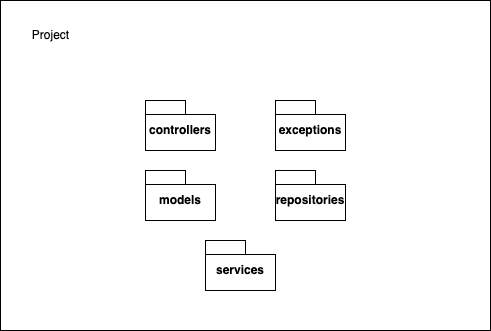
Earlier version of the draw.io export docs/packages.png (2BuRy1/Is_lab1). Source tidied: cells renumbered, new cells last; positions are measured from the earlier drawing's top-left corner, leaving out a move shared by most shapes. The source it was exported from:
```xml
<mxGraphModel>
  <root>
    <mxCell id="0" />
    <mxCell id="1" parent="0" />
    <mxCell id="2" style="rounded=0;whiteSpace=wrap;html=1;" parent="1" vertex="1">
      <mxGeometry width="490" height="330" as="geometry" />
    </mxCell>
    <mxCell id="3" value="controllers" style="shape=folder;fontStyle=1;spacingTop=10;tabWidth=40;tabHeight=14;tabPosition=left;html=1;whiteSpace=wrap;" parent="1" vertex="1">
      <mxGeometry x="145" y="100" width="70" height="50" as="geometry" />
    </mxCell>
    <mxCell id="4" value="exceptions" style="shape=folder;fontStyle=1;spacingTop=10;tabWidth=40;tabHeight=14;tabPosition=left;html=1;whiteSpace=wrap;" parent="1" vertex="1">
      <mxGeometry x="275" y="100" width="70" height="50" as="geometry" />
    </mxCell>
    <mxCell id="5" value="repositories" style="shape=folder;fontStyle=1;spacingTop=10;tabWidth=40;tabHeight=14;tabPosition=left;html=1;whiteSpace=wrap;" parent="1" vertex="1">
      <mxGeometry x="275" y="170" width="70" height="50" as="geometry" />
    </mxCell>
    <mxCell id="6" value="models" style="shape=folder;fontStyle=1;spacingTop=10;tabWidth=40;tabHeight=14;tabPosition=left;html=1;whiteSpace=wrap;" parent="1" vertex="1">
      <mxGeometry x="145" y="170" width="70" height="50" as="geometry" />
    </mxCell>
    <mxCell id="7" value="services" style="shape=folder;fontStyle=1;spacingTop=10;tabWidth=40;tabHeight=14;tabPosition=left;html=1;whiteSpace=wrap;" parent="1" vertex="1">
      <mxGeometry x="205" y="240" width="70" height="50" as="geometry" />
    </mxCell>
    <mxCell id="8" value="Project" style="text;html=1;align=center;verticalAlign=middle;strokeColor=none;fillColor=none;" parent="1" vertex="1">
      <mxGeometry x="20" y="20" width="60" height="30" as="geometry" />
    </mxCell>
  </root>
</mxGraphModel>
```
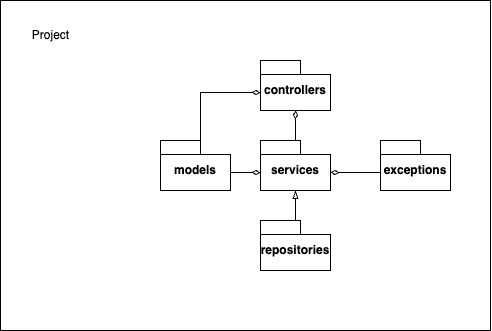
Later version of the same file.

Commit message:
uml remake

Change to the diagram source:
```diff
@@ -2,26 +2,41 @@
   <root>
     <mxCell id="0" />
     <mxCell id="1" parent="0" />
-    <mxCell id="2" style="rounded=0;whiteSpace=wrap;html=1;" parent="1" vertex="1">
+    <mxCell id="2" style="rounded=0;whiteSpace=wrap;html=1;fillColor=none;" parent="1" vertex="1">
       <mxGeometry width="490" height="330" as="geometry" />
     </mxCell>
     <mxCell id="3" value="controllers" style="shape=folder;fontStyle=1;spacingTop=10;tabWidth=40;tabHeight=14;tabPosition=left;html=1;whiteSpace=wrap;" parent="1" vertex="1">
-      <mxGeometry x="145" y="100" width="70" height="50" as="geometry" />
+      <mxGeometry x="260" y="60" width="70" height="50" as="geometry" />
     </mxCell>
     <mxCell id="4" value="exceptions" style="shape=folder;fontStyle=1;spacingTop=10;tabWidth=40;tabHeight=14;tabPosition=left;html=1;whiteSpace=wrap;" parent="1" vertex="1">
-      <mxGeometry x="275" y="100" width="70" height="50" as="geometry" />
+      <mxGeometry x="380" y="140" width="70" height="50" as="geometry" />
     </mxCell>
     <mxCell id="5" value="repositories" style="shape=folder;fontStyle=1;spacingTop=10;tabWidth=40;tabHeight=14;tabPosition=left;html=1;whiteSpace=wrap;" parent="1" vertex="1">
-      <mxGeometry x="275" y="170" width="70" height="50" as="geometry" />
+      <mxGeometry x="260" y="220" width="70" height="50" as="geometry" />
     </mxCell>
     <mxCell id="6" value="models" style="shape=folder;fontStyle=1;spacingTop=10;tabWidth=40;tabHeight=14;tabPosition=left;html=1;whiteSpace=wrap;" parent="1" vertex="1">
-      <mxGeometry x="145" y="170" width="70" height="50" as="geometry" />
+      <mxGeometry x="160" y="140" width="70" height="50" as="geometry" />
     </mxCell>
     <mxCell id="7" value="services" style="shape=folder;fontStyle=1;spacingTop=10;tabWidth=40;tabHeight=14;tabPosition=left;html=1;whiteSpace=wrap;" parent="1" vertex="1">
-      <mxGeometry x="205" y="240" width="70" height="50" as="geometry" />
+      <mxGeometry x="260" y="140" width="70" height="50" as="geometry" />
     </mxCell>
     <mxCell id="8" value="Project" style="text;html=1;align=center;verticalAlign=middle;strokeColor=none;fillColor=none;" parent="1" vertex="1">
       <mxGeometry x="20" y="20" width="60" height="30" as="geometry" />
     </mxCell>
+    <mxCell id="9" style="edgeStyle=orthogonalEdgeStyle;rounded=0;jettySize=auto;html=1;exitX=0;exitY=0;exitDx=40;exitDy=0;exitPerimeter=0;entryX=0;entryY=0;entryDx=0;entryDy=32;entryPerimeter=0;endArrow=diamondThin;endFill=0;" parent="1" edge="1" source="6" target="3">
+      <mxGeometry relative="1" as="geometry" />
+    </mxCell>
+    <mxCell id="10" style="edgeStyle=orthogonalEdgeStyle;rounded=0;jettySize=auto;html=1;exitX=0;exitY=0;exitDx=70;exitDy=32;exitPerimeter=0;entryX=0;entryY=0;entryDx=0;entryDy=32;entryPerimeter=0;endArrow=diamondThin;endFill=0;" parent="1" edge="1" source="6" target="7">
+      <mxGeometry relative="1" as="geometry" />
+    </mxCell>
+    <mxCell id="11" style="edgeStyle=orthogonalEdgeStyle;rounded=0;jettySize=auto;html=1;exitX=0;exitY=0;exitDx=40;exitDy=0;exitPerimeter=0;entryX=0.5;entryY=1;entryDx=0;entryDy=0;entryPerimeter=0;endArrow=blockThin;endFill=0;" parent="1" edge="1" source="5" target="7">
+      <mxGeometry relative="1" as="geometry" />
+    </mxCell>
+    <mxCell id="12" style="edgeStyle=orthogonalEdgeStyle;rounded=0;jettySize=auto;html=1;exitX=0;exitY=0;exitDx=0;exitDy=32;exitPerimeter=0;entryX=0;entryY=0;entryDx=70;entryDy=32;entryPerimeter=0;endArrow=diamondThin;endFill=0;" parent="1" edge="1" source="4" target="7">
+      <mxGeometry relative="1" as="geometry" />
+    </mxCell>
+    <mxCell id="13" style="edgeStyle=orthogonalEdgeStyle;rounded=0;jettySize=auto;html=1;exitX=0;exitY=0;exitDx=40;exitDy=0;exitPerimeter=0;entryX=0.5;entryY=1;entryDx=0;entryDy=0;entryPerimeter=0;endArrow=diamondThin;endFill=0;" parent="1" edge="1" source="7" target="3">
+      <mxGeometry relative="1" as="geometry" />
+    </mxCell>
   </root>
 </mxGraphModel>
```
